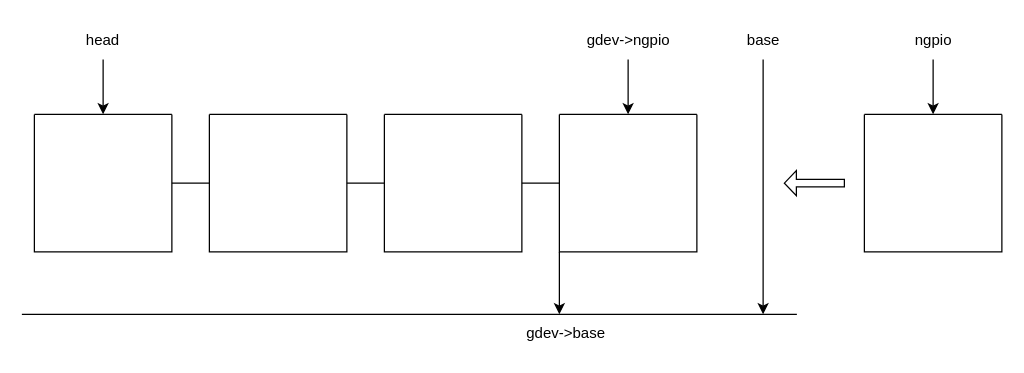
Before: gpio/未命名绘图.drawio in OuO333333/jserv-linux-kernel-internals-study, a draw.io diagram. Source tidied: cells renumbered, new cells numbered last; positions are measured from the earlier drawing's top-left corner, leaving out a move shared by most shapes. Both pictures are drawn from the tidied source at 125%, with x=0, y=0 at pixel (21, 21).
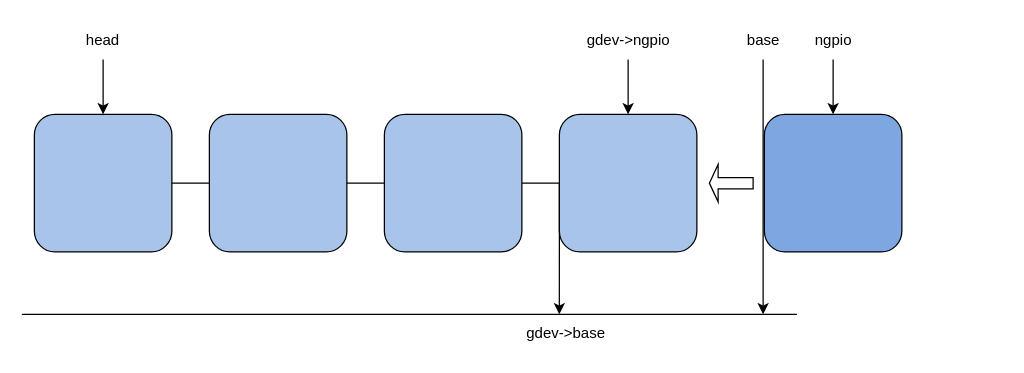
After the change.

Commit message (it also covers changes not shown here):
更新未命名绘图.drawio

Unchanged cells that the change refers to:
```xml
<mxCell id="4" value="head" style="text;html=1;align=center;verticalAlign=middle;whiteSpace=wrap;rounded=0;" parent="1" vertex="1">
  <mxGeometry x="35" width="60" height="30" as="geometry" />
</mxCell>
<mxCell id="13" value="gdev-&amp;gt;base" style="text;html=1;align=center;verticalAlign=middle;points=[];strokeColor=none;fillColor=none;" parent="1" vertex="1">
  <mxGeometry x="390" y="234" width="90" height="30" as="geometry" />
</mxCell>
<mxCell id="17" value="gdev-&amp;gt;ngpio" style="text;html=1;align=center;verticalAlign=middle;points=[];strokeColor=none;fillColor=none;" parent="1" vertex="1">
  <mxGeometry x="440" width="90" height="30" as="geometry" />
</mxCell>
```

Change to the diagram source:
```diff
@@
-    <mxCell id="2" style="swimlane;startSize=0;fillColor=#A9C4EB;fillStyle=auto;gradientColor=none;swimlaneFillColor=none;" parent="1" vertex="1">
-      <mxGeometry x="10" y="74" width="110" height="110" as="geometry" />
-    </mxCell>
-    <mxCell id="3" style="edgeStyle=orthogonalEdgeStyle;rounded=0;jettySize=auto;html=1;entryX=0.5;entryY=0;entryDx=0;entryDy=0;" parent="1" edge="1" source="4" target="2">
-      <mxGeometry relative="1" as="geometry" />
+    <mxCell id="3" style="edgeStyle=orthogonalEdgeStyle;rounded=0;jettySize=auto;html=1;entryX=0.5;entryY=0;entryDx=0;entryDy=0;" parent="1" edge="1" source="4">
+      <mxGeometry relative="1" as="geometry">
+        <mxPoint x="65" y="74" as="targetPoint" />
+      </mxGeometry>
     </mxCell>
@@
-    <mxCell id="5" style="edgeStyle=orthogonalEdgeStyle;rounded=0;jettySize=auto;html=1;exitX=0;exitY=1;exitDx=0;exitDy=0;" parent="1" edge="1" source="6">
-      <mxGeometry relative="1" as="geometry">
-        <mxPoint x="430" y="234" as="targetPoint" />
-      </mxGeometry>
-    </mxCell>
-    <mxCell id="6" style="swimlane;startSize=0;fillColor=#A9C4EB;" parent="1" vertex="1">
-      <mxGeometry x="430" y="74" width="110" height="110" as="geometry" />
-    </mxCell>
-    <mxCell id="7" style="swimlane;startSize=0;fillColor=#A9C4EB;" parent="1" vertex="1">
-      <mxGeometry x="150" y="74" width="110" height="110" as="geometry" />
-    </mxCell>
-    <mxCell id="8" style="swimlane;startSize=0;fillColor=#A9C4EB;" parent="1" vertex="1">
-      <mxGeometry x="290" y="74" width="110" height="110" as="geometry" />
-    </mxCell>
-    <mxCell id="9" style="endArrow=none;html=1;rounded=0;exitX=1;exitY=0.5;exitDx=0;exitDy=0;entryX=0;entryY=0.5;entryDx=0;entryDy=0;" parent="1" edge="1" source="2" target="7">
-      <mxGeometry relative="1" as="geometry" />
+    <mxCell id="9" style="endArrow=none;html=1;rounded=0;exitX=1;exitY=0.5;exitDx=0;exitDy=0;entryX=0;entryY=0.5;entryDx=0;entryDy=0;" parent="1" edge="1">
+      <mxGeometry relative="1" as="geometry">
+        <mxPoint x="120" y="129" as="sourcePoint" />
+        <mxPoint x="150" y="129" as="targetPoint" />
+      </mxGeometry>
     </mxCell>
-    <mxCell id="10" style="endArrow=none;html=1;rounded=0;exitX=1;exitY=0.5;exitDx=0;exitDy=0;entryX=0;entryY=0.5;entryDx=0;entryDy=0;" parent="1" edge="1" source="7" target="8">
-      <mxGeometry relative="1" as="geometry" />
+    <mxCell id="10" style="endArrow=none;html=1;rounded=0;exitX=1;exitY=0.5;exitDx=0;exitDy=0;entryX=0;entryY=0.5;entryDx=0;entryDy=0;" parent="1" edge="1">
+      <mxGeometry relative="1" as="geometry">
+        <mxPoint x="260" y="129" as="sourcePoint" />
+        <mxPoint x="290" y="129" as="targetPoint" />
+      </mxGeometry>
     </mxCell>
-    <mxCell id="11" style="endArrow=none;html=1;rounded=0;exitX=0;exitY=0.5;exitDx=0;exitDy=0;entryX=1;entryY=0.5;entryDx=0;entryDy=0;" parent="1" edge="1" source="6" target="8">
-      <mxGeometry relative="1" as="geometry" />
+    <mxCell id="11" style="endArrow=none;html=1;rounded=0;exitX=0;exitY=0.5;exitDx=0;exitDy=0;entryX=1;entryY=0.5;entryDx=0;entryDy=0;" parent="1" edge="1">
+      <mxGeometry relative="1" as="geometry">
+        <mxPoint x="430" y="129" as="sourcePoint" />
+        <mxPoint x="400" y="129" as="targetPoint" />
+      </mxGeometry>
     </mxCell>
@@
-    <mxCell id="16" style="edgeStyle=orthogonalEdgeStyle;rounded=0;jettySize=auto;html=1;entryX=0.5;entryY=0;entryDx=0;entryDy=0;" parent="1" edge="1" source="17" target="6">
-      <mxGeometry relative="1" as="geometry" />
+    <mxCell id="16" style="edgeStyle=orthogonalEdgeStyle;rounded=0;jettySize=auto;html=1;entryX=0.5;entryY=0;entryDx=0;entryDy=0;" parent="1" edge="1" source="17">
+      <mxGeometry relative="1" as="geometry">
+        <mxPoint x="485" y="74" as="targetPoint" />
+      </mxGeometry>
     </mxCell>
@@
-    <mxCell id="18" style="swimlane;startSize=0;fillColor=#7EA6E0;" parent="1" vertex="1">
-      <mxGeometry x="674" y="74" width="110" height="110" as="geometry" />
-    </mxCell>
-    <mxCell id="19" style="edgeStyle=orthogonalEdgeStyle;rounded=0;jettySize=auto;html=1;entryX=0.5;entryY=0;entryDx=0;entryDy=0;" parent="1" edge="1" source="20" target="18">
+    <mxCell id="19" style="edgeStyle=orthogonalEdgeStyle;rounded=0;jettySize=auto;html=1;entryX=0.5;entryY=0;entryDx=0;entryDy=0;" parent="1" edge="1" source="20" target="26">
       <mxGeometry relative="1" as="geometry">
         <Array as="points">
-          <mxPoint x="729" y="44" />
-          <mxPoint x="729" y="44" />
+          <mxPoint x="649" y="44" />
+          <mxPoint x="649" y="44" />
         </Array>
       </mxGeometry>
     </mxCell>
     <mxCell id="20" value="ngpio" style="text;html=1;align=center;verticalAlign=middle;points=[];strokeColor=none;fillColor=none;" parent="1" vertex="1">
-      <mxGeometry x="704" width="50" height="30" as="geometry" />
+      <mxGeometry x="624" width="50" height="30" as="geometry" />
     </mxCell>
-    <mxCell id="21" style="shape=singleArrow;direction=west;whiteSpace=wrap;html=1;" parent="1" vertex="1">
-      <mxGeometry x="610" y="119" width="48" height="20" as="geometry" />
-    </mxCell>
+    <mxCell id="22" style="rounded=1;whiteSpace=wrap;html=1;fillColor=#A9C4EB;" parent="1" vertex="1">
+      <mxGeometry x="10" y="74" width="110" height="110" as="geometry" />
+    </mxCell>
+    <mxCell id="23" style="rounded=1;whiteSpace=wrap;html=1;fillColor=#A9C4EB;" parent="1" vertex="1">
+      <mxGeometry x="150" y="74" width="110" height="110" as="geometry" />
+    </mxCell>
+    <mxCell id="24" style="rounded=1;whiteSpace=wrap;html=1;fillColor=#A9C4EB;" parent="1" vertex="1">
+      <mxGeometry x="290" y="74" width="110" height="110" as="geometry" />
+    </mxCell>
+    <mxCell id="25" style="rounded=1;whiteSpace=wrap;html=1;fillColor=#A9C4EB;" parent="1" vertex="1">
+      <mxGeometry x="430" y="74" width="110" height="110" as="geometry" />
+    </mxCell>
+    <mxCell id="26" style="rounded=1;whiteSpace=wrap;html=1;fillColor=#7EA6E0;" parent="1" vertex="1">
+      <mxGeometry x="594" y="74" width="110" height="110" as="geometry" />
+    </mxCell>
+    <mxCell id="27" style="edgeStyle=orthogonalEdgeStyle;rounded=0;jettySize=auto;html=1;exitX=0;exitY=0.5;exitDx=0;exitDy=0;entryX=0.444;entryY=0;entryDx=0;entryDy=0;entryPerimeter=0;" parent="1" edge="1" source="25" target="13">
+      <mxGeometry relative="1" as="geometry">
+        <Array as="points">
+          <mxPoint x="430" y="174" />
+          <mxPoint x="430" y="174" />
+        </Array>
+      </mxGeometry>
+    </mxCell>
+    <mxCell id="28" style="shape=singleArrow;direction=west;whiteSpace=wrap;html=1;" parent="1" vertex="1">
+      <mxGeometry x="550" y="114" width="35" height="30" as="geometry" />
+    </mxCell>
```
